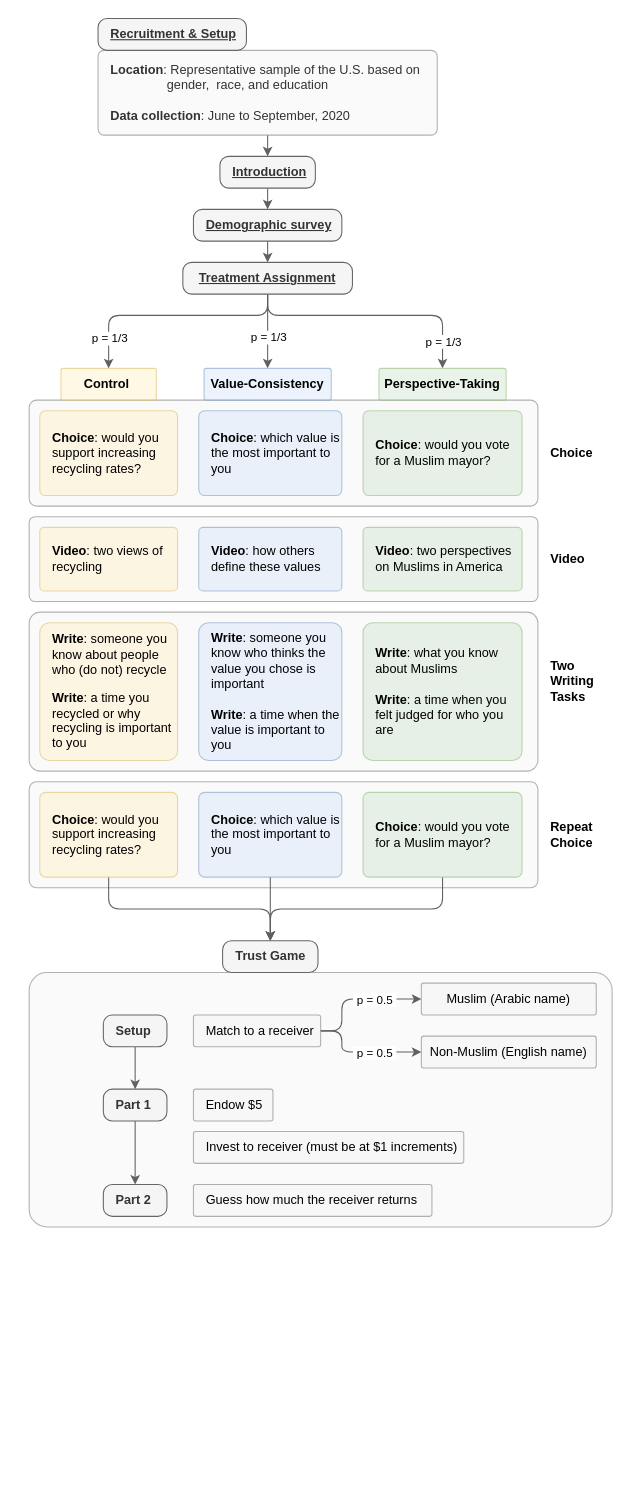
The draw.io diagram Muslim.drawio in changgge/changgge, before the edit. Source tidied: cells renumbered, new cells numbered last; positions are measured from the earlier drawing's top-left corner, leaving out a move shared by most shapes. Both pictures are drawn from the tidied source at 106%, with x=0, y=0 at pixel (29, 18).
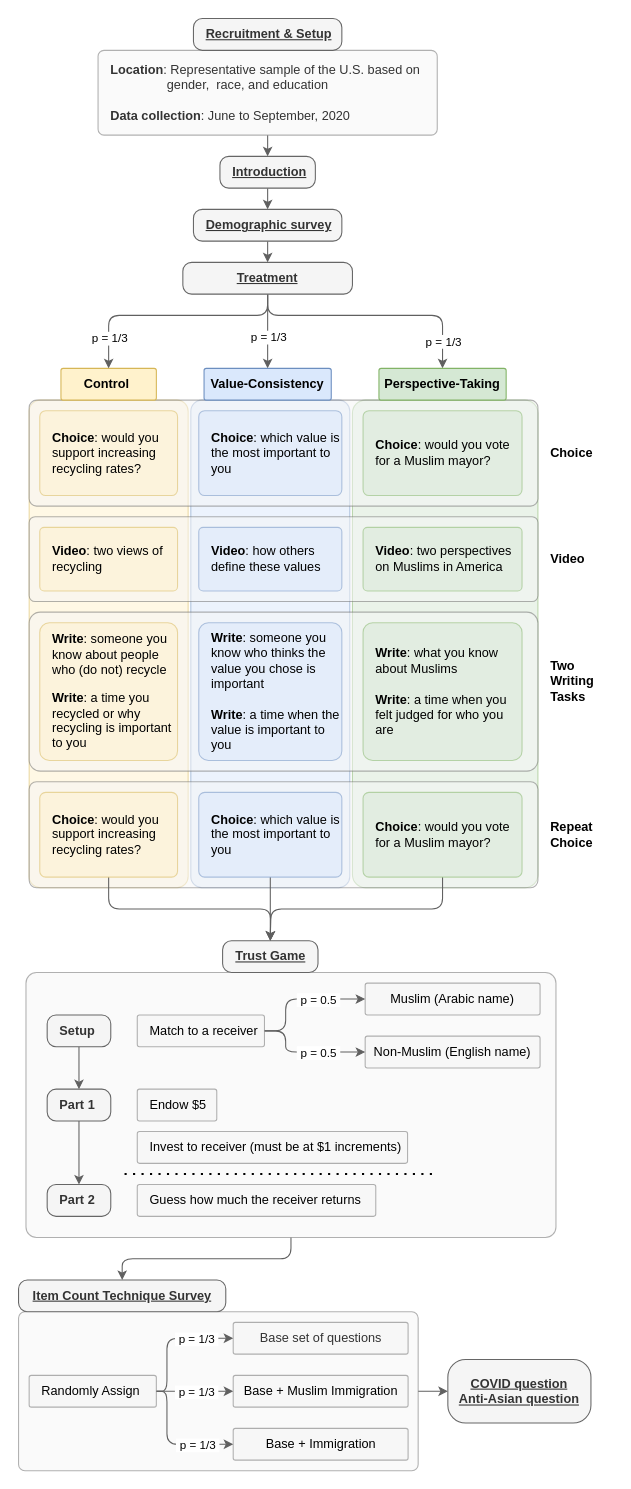
Above is the later version.

The change refers to these unchanged cells:
```xml
<mxCell id="45" value="&lt;p&gt;&lt;font&gt;&lt;span style=&quot;color: rgb(0, 0, 0);&quot;&gt;&lt;b&gt;Choice&lt;/b&gt;: would you s&lt;/span&gt;upport increasing recycling rates?&lt;/font&gt;&lt;/p&gt;" style="rounded=1;whiteSpace=wrap;html=1;align=left;spacingLeft=10;fillColor=#fff2cc;strokeColor=#d6b656;arcSize=7;opacity=50;" parent="1" vertex="1">
  <mxGeometry x="10" y="730" width="130" height="80" as="geometry" />
</mxCell>
<mxCell id="47" value="&lt;b&gt;Choice&lt;/b&gt;: would you vote for a Muslim mayor?" style="rounded=1;whiteSpace=wrap;html=1;align=left;spacingLeft=10;fillColor=#d5e8d4;strokeColor=#82b366;arcSize=7;opacity=50;" parent="1" vertex="1">
  <mxGeometry x="315" y="730" width="150" height="80" as="geometry" />
</mxCell>
<mxCell id="51" value="&lt;b&gt;Choice&lt;/b&gt;: which value is the most important to you" style="rounded=1;whiteSpace=wrap;html=1;align=left;spacingLeft=10;fillColor=#dae8fc;strokeColor=#6c8ebf;arcSize=7;opacity=50;" parent="1" vertex="1">
  <mxGeometry x="160" y="730" width="135" height="80" as="geometry" />
</mxCell>
```

The edit, as a diff of the source:
```diff
@@
+    <mxCell id="59" value="&lt;p&gt;&lt;br&gt;&lt;/p&gt;" style="rounded=1;whiteSpace=wrap;html=1;align=left;spacingLeft=10;fillColor=#dae8fc;strokeColor=#6c8ebf;arcSize=7;opacity=50;" parent="1" vertex="1">
+      <mxGeometry x="152.5" y="360" width="150" height="460" as="geometry" />
+    </mxCell>
+    <mxCell id="60" value="&lt;p&gt;&lt;br&gt;&lt;/p&gt;" style="rounded=1;whiteSpace=wrap;html=1;align=left;spacingLeft=10;fillColor=#d5e8d4;strokeColor=#82b366;arcSize=7;opacity=50;" parent="1" vertex="1">
+      <mxGeometry x="305" y="360" width="175" height="460" as="geometry" />
+    </mxCell>
+    <mxCell id="61" value="&lt;p&gt;&lt;br&gt;&lt;/p&gt;" style="rounded=1;whiteSpace=wrap;html=1;align=left;spacingLeft=10;fillColor=#fff2cc;strokeColor=#d6b656;arcSize=7;opacity=50;" parent="1" vertex="1">
+      <mxGeometry y="360" width="150" height="460" as="geometry" />
+    </mxCell>
+    <mxCell id="62" style="edgeStyle=orthogonalEdgeStyle;rounded=1;jettySize=auto;html=1;exitX=0.5;exitY=1;exitDx=0;exitDy=0;entryX=0.5;entryY=0;entryDx=0;entryDy=0;curved=0;strokeColor=light-dark(#606060, #ededed);" parent="1" edge="1" source="2" target="63">
+      <mxGeometry relative="1" as="geometry" />
+    </mxCell>
-    <mxCell id="2" style="rounded=1;whiteSpace=wrap;html=1;align=left;spacingLeft=10;fillColor=#f5f5f5;strokeColor=#666666;arcSize=7;opacity=50;fontColor=#333333;" parent="1" vertex="1">
-      <mxGeometry y="900" width="550" height="240" as="geometry" />
+    <mxCell id="2" style="rounded=1;whiteSpace=wrap;html=1;align=left;spacingLeft=10;fillColor=#f5f5f5;strokeColor=#666666;arcSize=4;opacity=50;fontColor=#333333;" parent="1" vertex="1">
+      <mxGeometry x="-3" y="900" width="500" height="250" as="geometry" />
     </mxCell>
@@
     <mxCell id="9" value="Recruitment &amp;amp; Setup" style="rounded=1;whiteSpace=wrap;html=1;align=left;spacingLeft=10;fillColor=#f5f5f5;strokeColor=#666666;arcSize=28;fontStyle=5;fontColor=#333333;" parent="1" vertex="1">
-      <mxGeometry x="65" width="140" height="30" as="geometry" />
+      <mxGeometry x="155" width="140" height="30" as="geometry" />
     </mxCell>
-    <mxCell id="10" value="&lt;span style=&quot;color: rgb(0, 0, 0);&quot;&gt;&lt;b&gt;Control&amp;nbsp;&lt;/b&gt;&lt;/span&gt;" style="rounded=1;whiteSpace=wrap;html=1;align=center;spacingLeft=0;fillColor=#fff2cc;strokeColor=#d6b656;arcSize=7;opacity=50;" parent="1" vertex="1">
+    <mxCell id="10" value="&lt;span style=&quot;color: rgb(0, 0, 0);&quot;&gt;&lt;b&gt;Control&amp;nbsp;&lt;/b&gt;&lt;/span&gt;" style="rounded=1;whiteSpace=wrap;html=1;align=center;spacingLeft=0;fillColor=#fff2cc;strokeColor=#d6b656;arcSize=7;" parent="1" vertex="1">
       <mxGeometry x="30" y="330" width="90" height="30" as="geometry" />
     </mxCell>
@@
-    <mxCell id="21" value="Treatment Assignment" style="rounded=1;whiteSpace=wrap;html=1;align=center;spacingLeft=0;fillColor=#f5f5f5;strokeColor=#666666;arcSize=28;fontStyle=5;fontColor=#333333;" parent="1" vertex="1">
+    <mxCell id="21" value="Treatment" style="rounded=1;whiteSpace=wrap;html=1;align=center;spacingLeft=0;fillColor=#f5f5f5;strokeColor=#666666;arcSize=28;fontStyle=5;fontColor=#333333;" parent="1" vertex="1">
       <mxGeometry x="145" y="230" width="160" height="30" as="geometry" />
     </mxCell>
-    <mxCell id="22" value="&lt;b&gt;Value-Consistency&lt;/b&gt;" style="rounded=1;whiteSpace=wrap;html=1;align=center;spacingLeft=0;fillColor=#dae8fc;strokeColor=#6c8ebf;arcSize=7;opacity=50;" parent="1" vertex="1">
+    <mxCell id="22" value="&lt;b&gt;Value-Consistency&lt;/b&gt;" style="rounded=1;whiteSpace=wrap;html=1;align=center;spacingLeft=0;fillColor=#dae8fc;strokeColor=#6c8ebf;arcSize=7;" parent="1" vertex="1">
       <mxGeometry x="165" y="330" width="120" height="30" as="geometry" />
     </mxCell>
-    <mxCell id="23" value="&lt;b&gt;Perspective-Taking&lt;/b&gt;" style="rounded=1;whiteSpace=wrap;html=1;align=center;spacingLeft=0;fillColor=#d5e8d4;strokeColor=#82b366;arcSize=7;opacity=50;" parent="1" vertex="1">
+    <mxCell id="23" value="&lt;b&gt;Perspective-Taking&lt;/b&gt;" style="rounded=1;whiteSpace=wrap;html=1;align=center;spacingLeft=0;fillColor=#d5e8d4;strokeColor=#82b366;arcSize=7;" parent="1" vertex="1">
       <mxGeometry x="330" y="330" width="120" height="30" as="geometry" />
     </mxCell>
-    <mxCell id="24" value="Trust Game" style="rounded=1;whiteSpace=wrap;html=1;align=left;spacingLeft=10;fillColor=#f5f5f5;strokeColor=#666666;arcSize=28;fontStyle=1;fontColor=#333333;" parent="1" vertex="1">
+    <mxCell id="24" value="Trust Game" style="rounded=1;whiteSpace=wrap;html=1;align=left;spacingLeft=10;fillColor=#f5f5f5;strokeColor=#666666;arcSize=28;fontStyle=5;fontColor=#333333;" parent="1" vertex="1">
       <mxGeometry x="182.5" y="870" width="90" height="30" as="geometry" />
     </mxCell>
     <mxCell id="25" style="edgeStyle=orthogonalEdgeStyle;rounded=1;jettySize=auto;html=1;exitX=1;exitY=0.5;exitDx=0;exitDy=0;entryX=0;entryY=0.5;entryDx=0;entryDy=0;curved=0;strokeColor=light-dark(#606060, #ededed);" parent="1" edge="1" source="29" target="30">
       <mxGeometry relative="1" as="geometry">
         <Array as="points">
-          <mxPoint x="295" y="955" />
-          <mxPoint x="295" y="925" />
+          <mxPoint x="242" y="955" />
+          <mxPoint x="242" y="925" />
         </Array>
       </mxGeometry>
     </mxCell>
@@
     <mxCell id="27" style="edgeStyle=orthogonalEdgeStyle;rounded=1;jettySize=auto;html=1;exitX=1;exitY=0.5;exitDx=0;exitDy=0;entryX=0;entryY=0.5;entryDx=0;entryDy=0;curved=0;strokeColor=light-dark(#606060, #ededed);" parent="1" edge="1" source="29" target="31">
       <mxGeometry relative="1" as="geometry">
         <Array as="points">
-          <mxPoint x="295" y="955" />
-          <mxPoint x="295" y="975" />
+          <mxPoint x="242" y="955" />
+          <mxPoint x="242" y="975" />
         </Array>
       </mxGeometry>
     </mxCell>
@@
     <mxCell id="29" value="&lt;span style=&quot;color: rgb(0, 0, 0);&quot;&gt;Match to a receiver&lt;/span&gt;" style="rounded=1;whiteSpace=wrap;html=1;align=left;spacingLeft=10;fillColor=#f5f5f5;strokeColor=#666666;arcSize=7;opacity=50;fontColor=#333333;" parent="1" vertex="1">
-      <mxGeometry x="155" y="940" width="120" height="30" as="geometry" />
+      <mxGeometry x="102" y="940" width="120" height="30" as="geometry" />
     </mxCell>
     <mxCell id="30" value="&lt;span style=&quot;color: rgb(0, 0, 0);&quot;&gt;Muslim (Arabic name)&lt;/span&gt;" style="rounded=1;whiteSpace=wrap;html=1;align=center;spacingLeft=0;fillColor=#f5f5f5;strokeColor=#666666;arcSize=7;opacity=50;fontColor=#333333;" parent="1" vertex="1">
-      <mxGeometry x="370" y="910" width="165" height="30" as="geometry" />
+      <mxGeometry x="317" y="910" width="165" height="30" as="geometry" />
     </mxCell>
     <mxCell id="31" value="&lt;span style=&quot;color: rgb(0, 0, 0);&quot;&gt;Non-Muslim (English name)&lt;/span&gt;" style="rounded=1;whiteSpace=wrap;html=1;align=center;spacingLeft=0;fillColor=#f5f5f5;strokeColor=#666666;arcSize=7;opacity=50;fontColor=#333333;" parent="1" vertex="1">
-      <mxGeometry x="370" y="960" width="165" height="30" as="geometry" />
+      <mxGeometry x="317" y="960" width="165" height="30" as="geometry" />
     </mxCell>
@@
     <mxCell id="33" value="Part 1" style="rounded=1;whiteSpace=wrap;html=1;align=left;spacingLeft=10;fillColor=#f5f5f5;strokeColor=#666666;arcSize=28;fontStyle=1;fontColor=#333333;" parent="1" vertex="1">
-      <mxGeometry x="70" y="1010" width="60" height="30" as="geometry" />
+      <mxGeometry x="17" y="1010" width="60" height="30" as="geometry" />
     </mxCell>
     <mxCell id="34" value="Part 2" style="rounded=1;whiteSpace=wrap;html=1;align=left;spacingLeft=10;fillColor=#f5f5f5;strokeColor=#666666;arcSize=28;fontStyle=1;fontColor=#333333;" parent="1" vertex="1">
-      <mxGeometry x="70" y="1100" width="60" height="30" as="geometry" />
+      <mxGeometry x="17" y="1100" width="60" height="30" as="geometry" />
     </mxCell>
@@
     <mxCell id="36" value="Setup" style="rounded=1;whiteSpace=wrap;html=1;align=left;spacingLeft=10;fillColor=#f5f5f5;strokeColor=#666666;arcSize=28;fontStyle=1;fontColor=#333333;" parent="1" vertex="1">
-      <mxGeometry x="70" y="940" width="60" height="30" as="geometry" />
+      <mxGeometry x="17" y="940" width="60" height="30" as="geometry" />
     </mxCell>
@@
-    <mxCell id="44" style="edgeStyle=orthogonalEdgeStyle;rounded=1;jettySize=auto;html=1;exitX=0.5;exitY=1;exitDx=0;exitDy=0;entryX=0.5;entryY=0;entryDx=0;entryDy=0;curved=0;strokeColor=light-dark(#606060, #ededed);" parent="1" edge="1" source="45" target="24">
-      <mxGeometry relative="1" as="geometry" />
+    <mxCell id="44" style="edgeStyle=orthogonalEdgeStyle;rounded=1;jettySize=auto;html=1;exitX=0.5;exitY=1;exitDx=0;exitDy=0;entryX=0.5;entryY=0;entryDx=0;entryDy=0;curved=0;strokeColor=light-dark(#606060, #ededed);" parent="1" edge="1" source="45">
+      <mxGeometry relative="1" as="geometry">
+        <mxPoint x="227.5" y="870" as="targetPoint" />
+      </mxGeometry>
     </mxCell>
@@
-    <mxCell id="46" style="edgeStyle=orthogonalEdgeStyle;rounded=1;jettySize=auto;html=1;exitX=0.5;exitY=1;exitDx=0;exitDy=0;entryX=0.5;entryY=0;entryDx=0;entryDy=0;curved=0;strokeColor=light-dark(#606060, #ededed);" parent="1" edge="1" source="47" target="24">
-      <mxGeometry relative="1" as="geometry" />
+    <mxCell id="46" style="edgeStyle=orthogonalEdgeStyle;rounded=1;jettySize=auto;html=1;exitX=0.5;exitY=1;exitDx=0;exitDy=0;entryX=0.5;entryY=0;entryDx=0;entryDy=0;curved=0;strokeColor=light-dark(#606060, #ededed);" parent="1" edge="1" source="47">
+      <mxGeometry relative="1" as="geometry">
+        <mxPoint x="227.5" y="870" as="targetPoint" />
+      </mxGeometry>
     </mxCell>
@@
-    <mxCell id="50" style="edgeStyle=orthogonalEdgeStyle;rounded=1;jettySize=auto;html=1;exitX=0.5;exitY=1;exitDx=0;exitDy=0;entryX=0.5;entryY=0;entryDx=0;entryDy=0;curved=0;strokeColor=light-dark(#606060, #ededed);" parent="1" edge="1" source="51" target="24">
-      <mxGeometry relative="1" as="geometry" />
+    <mxCell id="50" style="edgeStyle=orthogonalEdgeStyle;rounded=1;jettySize=auto;html=1;exitX=0.5;exitY=1;exitDx=0;exitDy=0;entryX=0.5;entryY=0;entryDx=0;entryDy=0;curved=0;strokeColor=light-dark(#606060, #ededed);" parent="1" edge="1" source="51">
+      <mxGeometry relative="1" as="geometry">
+        <mxPoint x="227.5" y="870" as="targetPoint" />
+      </mxGeometry>
     </mxCell>
@@
     <mxCell id="56" value="&lt;span style=&quot;color: rgb(0, 0, 0);&quot;&gt;Endow $5&lt;/span&gt;" style="rounded=1;whiteSpace=wrap;html=1;align=left;spacingLeft=10;fillColor=#f5f5f5;strokeColor=#666666;arcSize=7;opacity=50;fontColor=#333333;" parent="1" vertex="1">
-      <mxGeometry x="155" y="1010" width="75" height="30" as="geometry" />
+      <mxGeometry x="102" y="1010" width="75" height="30" as="geometry" />
     </mxCell>
     <mxCell id="57" value="&lt;span style=&quot;color: rgb(0, 0, 0);&quot;&gt;Invest to receiver (must be at $1 increments)&lt;/span&gt;" style="rounded=1;whiteSpace=wrap;html=1;align=left;spacingLeft=10;fillColor=#f5f5f5;strokeColor=#666666;arcSize=7;opacity=50;fontColor=#333333;" parent="1" vertex="1">
-      <mxGeometry x="155" y="1050" width="255" height="30" as="geometry" />
+      <mxGeometry x="102" y="1050" width="255" height="30" as="geometry" />
     </mxCell>
     <mxCell id="58" value="&lt;span style=&quot;color: rgb(0, 0, 0);&quot;&gt;Guess how much the receiver returns&lt;/span&gt;" style="rounded=1;whiteSpace=wrap;html=1;align=left;spacingLeft=10;fillColor=#f5f5f5;strokeColor=#666666;arcSize=7;opacity=50;fontColor=#333333;" parent="1" vertex="1">
-      <mxGeometry x="155" y="1100" width="225" height="30" as="geometry" />
+      <mxGeometry x="102" y="1100" width="225" height="30" as="geometry" />
     </mxCell>
+    <mxCell id="63" value="Item Count Technique Survey" style="rounded=1;whiteSpace=wrap;html=1;align=center;spacingLeft=0;fillColor=#f5f5f5;strokeColor=#666666;arcSize=28;fontStyle=5;fontColor=#333333;" parent="1" vertex="1">
+      <mxGeometry x="-10" y="1190" width="195.5" height="30" as="geometry" />
+    </mxCell>
+    <mxCell id="64" style="edgeStyle=orthogonalEdgeStyle;rounded=0;jettySize=auto;html=1;exitX=1;exitY=0.5;exitDx=0;exitDy=0;strokeColor=light-dark(#606060, #ededed);" parent="1" edge="1" source="65" target="76">
+      <mxGeometry relative="1" as="geometry" />
+    </mxCell>
+    <mxCell id="65" style="rounded=1;whiteSpace=wrap;html=1;align=left;spacingLeft=10;fillColor=#f5f5f5;strokeColor=#666666;arcSize=4;opacity=50;fontColor=#333333;" parent="1" vertex="1">
+      <mxGeometry x="-10" y="1220" width="377" height="150" as="geometry" />
+    </mxCell>
+    <mxCell id="66" style="edgeStyle=orthogonalEdgeStyle;rounded=1;jettySize=auto;html=1;exitX=1;exitY=0.5;exitDx=0;exitDy=0;entryX=0;entryY=0.5;entryDx=0;entryDy=0;curved=0;strokeColor=light-dark(#606060, #ededed);" parent="1" edge="1" source="72" target="73">
+      <mxGeometry relative="1" as="geometry">
+        <Array as="points">
+          <mxPoint x="130" y="1295" />
+          <mxPoint x="130" y="1245" />
+        </Array>
+      </mxGeometry>
+    </mxCell>
+    <mxCell id="67" value="&amp;nbsp;p = 1/3&amp;nbsp;" style="edgeLabel;html=1;align=center;verticalAlign=middle;" parent="66" vertex="1">
+      <mxGeometry x="0.24" relative="1" as="geometry">
+        <mxPoint x="11" as="offset" />
+      </mxGeometry>
+    </mxCell>
+    <mxCell id="68" style="edgeStyle=orthogonalEdgeStyle;rounded=1;jettySize=auto;html=1;exitX=1;exitY=0.5;exitDx=0;exitDy=0;entryX=0;entryY=0.5;entryDx=0;entryDy=0;curved=0;strokeColor=light-dark(#606060, #ededed);" parent="1" edge="1" source="72" target="74">
+      <mxGeometry relative="1" as="geometry" />
+    </mxCell>
+    <mxCell id="69" value="&amp;nbsp;p = 1/3&amp;nbsp;" style="edgeLabel;html=1;align=center;verticalAlign=middle;" parent="68" vertex="1">
+      <mxGeometry x="-0.32" y="-2" relative="1" as="geometry">
+        <mxPoint x="12" y="-2" as="offset" />
+      </mxGeometry>
+    </mxCell>
+    <mxCell id="70" style="edgeStyle=orthogonalEdgeStyle;rounded=1;jettySize=auto;html=1;exitX=1;exitY=0.5;exitDx=0;exitDy=0;entryX=0;entryY=0.5;entryDx=0;entryDy=0;curved=0;strokeColor=light-dark(#606060, #ededed);" parent="1" edge="1" source="72" target="75">
+      <mxGeometry relative="1" as="geometry">
+        <Array as="points">
+          <mxPoint x="130" y="1295" />
+          <mxPoint x="130" y="1345" />
+        </Array>
+      </mxGeometry>
+    </mxCell>
+    <mxCell id="71" value="&amp;nbsp;p = 1/3&amp;nbsp;" style="edgeLabel;html=1;align=center;verticalAlign=middle;" parent="70" vertex="1">
+      <mxGeometry x="0.37" relative="1" as="geometry">
+        <mxPoint x="4" as="offset" />
+      </mxGeometry>
+    </mxCell>
+    <mxCell id="72" value="&lt;span style=&quot;color: rgb(0, 0, 0);&quot;&gt;Randomly Assign&lt;/span&gt;" style="rounded=1;whiteSpace=wrap;html=1;align=left;spacingLeft=10;fillColor=#f5f5f5;strokeColor=#666666;arcSize=7;opacity=50;fontColor=#333333;" parent="1" vertex="1">
+      <mxGeometry y="1280" width="120" height="30" as="geometry" />
+    </mxCell>
+    <mxCell id="73" value="Base set of questions" style="rounded=1;whiteSpace=wrap;html=1;align=center;spacingLeft=0;fillColor=#f5f5f5;strokeColor=#666666;arcSize=7;opacity=50;fontColor=#333333;" parent="1" vertex="1">
+      <mxGeometry x="192.5" y="1230" width="165" height="30" as="geometry" />
+    </mxCell>
+    <mxCell id="74" value="&lt;font color=&quot;#000000&quot;&gt;&lt;span style=&quot;caret-color: rgb(0, 0, 0);&quot;&gt;Base + Muslim Immigration&lt;/span&gt;&lt;/font&gt;" style="rounded=1;whiteSpace=wrap;html=1;align=center;spacingLeft=0;fillColor=#f5f5f5;strokeColor=#666666;arcSize=7;opacity=50;fontColor=#333333;" parent="1" vertex="1">
+      <mxGeometry x="192.5" y="1280" width="165" height="30" as="geometry" />
+    </mxCell>
+    <mxCell id="75" value="&lt;span style=&quot;color: rgb(0, 0, 0);&quot;&gt;Base + Immigration&lt;/span&gt;" style="rounded=1;whiteSpace=wrap;html=1;align=center;spacingLeft=0;fillColor=#f5f5f5;strokeColor=#666666;arcSize=7;opacity=50;fontColor=#333333;" parent="1" vertex="1">
+      <mxGeometry x="192.5" y="1330" width="165" height="30" as="geometry" />
+    </mxCell>
+    <mxCell id="76" value="COVID question&lt;div&gt;Anti-Asian question&lt;/div&gt;" style="rounded=1;whiteSpace=wrap;html=1;align=center;spacingLeft=0;fillColor=#f5f5f5;strokeColor=#666666;arcSize=28;fontStyle=5;fontColor=#333333;" parent="1" vertex="1">
+      <mxGeometry x="395" y="1265" width="135" height="60" as="geometry" />
+    </mxCell>
+    <mxCell id="77" style="endArrow=none;dashed=1;html=1;dashPattern=1 3;strokeWidth=2;rounded=0;" parent="1" edge="1">
+      <mxGeometry relative="1" as="geometry">
+        <mxPoint x="90" y="1090" as="sourcePoint" />
+        <mxPoint x="380" y="1090" as="targetPoint" />
+      </mxGeometry>
+    </mxCell>
```
